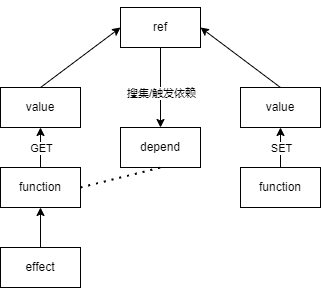
Earlier version of the draw.io export docs/.vuepress/public/images/VUE3SourceCode/reactivity-ref.drawio.png (Roman-29/Blog). Source tidied: cells renumbered, new cells last; positions are measured from the earlier drawing's top-left corner, leaving out a move shared by most shapes.
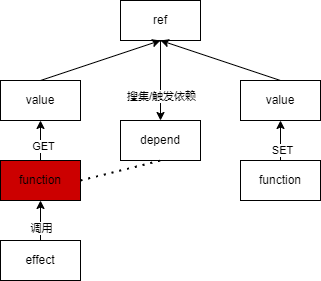
The same file after the commit.

What changed in the source:
```diff
@@ -2,62 +2,59 @@
   <root>
     <mxCell id="0" />
     <mxCell id="1" parent="0" />
-    <mxCell id="2" style="edgeStyle=none;html=1;exitX=0.5;exitY=0;exitDx=0;exitDy=0;entryX=0;entryY=0.5;entryDx=0;entryDy=0;" parent="1" edge="1" source="3" target="18">
-      <mxGeometry relative="1" as="geometry" />
-    </mxCell>
-    <mxCell id="3" value="value" style="rounded=0;whiteSpace=wrap;html=1;" parent="1" vertex="1">
-      <mxGeometry y="80" width="80" height="40" as="geometry" />
-    </mxCell>
-    <mxCell id="4" value="effect" style="rounded=0;whiteSpace=wrap;html=1;" parent="1" vertex="1">
-      <mxGeometry y="240" width="80" height="40" as="geometry" />
-    </mxCell>
-    <mxCell id="5" value="function" style="rounded=0;whiteSpace=wrap;html=1;" parent="1" vertex="1">
-      <mxGeometry y="160" width="80" height="40" as="geometry" />
-    </mxCell>
-    <mxCell id="6" style="endArrow=classic;html=1;entryX=0.5;entryY=1;entryDx=0;entryDy=0;exitX=0.5;exitY=0;exitDx=0;exitDy=0;" parent="1" edge="1" source="4" target="5">
-      <mxGeometry relative="1" as="geometry" />
-    </mxCell>
-    <mxCell id="7" style="endArrow=classic;html=1;entryX=0.5;entryY=1;entryDx=0;entryDy=0;exitX=0.5;exitY=0;exitDx=0;exitDy=0;" parent="1" edge="1" source="5" target="3">
-      <mxGeometry relative="1" as="geometry" />
-    </mxCell>
-    <mxCell id="8" value="GET" style="edgeLabel;html=1;align=center;verticalAlign=middle;" parent="7" vertex="1">
-      <mxGeometry x="-0.25" relative="1" as="geometry">
-        <mxPoint y="-5" as="offset" />
-      </mxGeometry>
-    </mxCell>
-    <mxCell id="9" style="edgeStyle=none;html=1;exitX=0.5;exitY=0;exitDx=0;exitDy=0;entryX=1;entryY=0.5;entryDx=0;entryDy=0;" parent="1" edge="1" source="10" target="18">
-      <mxGeometry relative="1" as="geometry" />
-    </mxCell>
-    <mxCell id="10" value="value" style="rounded=0;whiteSpace=wrap;html=1;" parent="1" vertex="1">
-      <mxGeometry x="240" y="80" width="80" height="40" as="geometry" />
-    </mxCell>
-    <mxCell id="11" style="endArrow=classic;html=1;entryX=0.5;entryY=1;entryDx=0;entryDy=0;exitX=0.5;exitY=0;exitDx=0;exitDy=0;" parent="1" edge="1" source="14" target="10">
-      <mxGeometry relative="1" as="geometry" />
-    </mxCell>
-    <mxCell id="12" value="SET" style="edgeLabel;html=1;align=center;verticalAlign=middle;" parent="11" vertex="1">
-      <mxGeometry x="-0.27" y="-1" relative="1" as="geometry">
-        <mxPoint x="-1" y="-5" as="offset" />
-      </mxGeometry>
-    </mxCell>
-    <mxCell id="13" value="depend" style="rounded=0;whiteSpace=wrap;html=1;" parent="1" vertex="1">
-      <mxGeometry x="120" y="120" width="80" height="40" as="geometry" />
-    </mxCell>
-    <mxCell id="14" value="function" style="rounded=0;whiteSpace=wrap;html=1;" parent="1" vertex="1">
-      <mxGeometry x="240" y="160" width="80" height="40" as="geometry" />
-    </mxCell>
-    <mxCell id="15" style="endArrow=none;dashed=1;html=1;dashPattern=1 3;strokeWidth=2;entryX=0.5;entryY=1;entryDx=0;entryDy=0;exitX=1;exitY=0.5;exitDx=0;exitDy=0;" parent="1" edge="1" source="5" target="13">
-      <mxGeometry relative="1" as="geometry" />
-    </mxCell>
-    <mxCell id="16" style="edgeStyle=none;html=1;exitX=0.5;exitY=0;exitDx=0;exitDy=0;entryX=0.5;entryY=0;entryDx=0;entryDy=0;" parent="1" edge="1" source="18" target="13">
+    <mxCell id="16" style="edgeStyle=none;html=1;" parent="1" edge="1" source="18" target="13">
       <mxGeometry relative="1" as="geometry" />
     </mxCell>
     <mxCell id="17" value="搜集/触发依赖" style="edgeLabel;html=1;align=center;verticalAlign=middle;" parent="16" vertex="1">
-      <mxGeometry x="0.25" y="2" relative="1" as="geometry">
-        <mxPoint x="-2" y="10" as="offset" />
-      </mxGeometry>
+      <mxGeometry x="0.39" relative="1" as="geometry" />
     </mxCell>
     <mxCell id="18" value="ref" style="rounded=0;whiteSpace=wrap;html=1;" parent="1" vertex="1">
       <mxGeometry x="120" width="80" height="40" as="geometry" />
     </mxCell>
+    <mxCell id="19" style="edgeStyle=none;html=1;" parent="1" edge="1" source="4" target="22">
+      <mxGeometry relative="1" as="geometry" />
+    </mxCell>
+    <mxCell id="20" value="调用" style="edgeLabel;html=1;align=center;verticalAlign=middle;" parent="19" vertex="1">
+      <mxGeometry x="-0.36" relative="1" as="geometry" />
+    </mxCell>
+    <mxCell id="4" value="effect" style="rounded=0;whiteSpace=wrap;html=1;" parent="1" vertex="1">
+      <mxGeometry y="240" width="80" height="40" as="geometry" />
+    </mxCell>
+    <mxCell id="21" style="edgeStyle=none;html=1;" parent="1" edge="1" source="22" target="24">
+      <mxGeometry relative="1" as="geometry" />
+    </mxCell>
+    <mxCell id="8" value="GET" style="edgeLabel;html=1;align=center;verticalAlign=middle;" parent="21" vertex="1">
+      <mxGeometry x="-0.25" y="-2" relative="1" as="geometry" />
+    </mxCell>
+    <mxCell id="22" value="function" style="rounded=0;whiteSpace=wrap;html=1;fillColor=#CC0000;" parent="1" vertex="1">
+      <mxGeometry y="160" width="80" height="40" as="geometry" />
+    </mxCell>
+    <mxCell id="23" style="edgeStyle=none;html=1;exitX=0.5;exitY=0;exitDx=0;exitDy=0;entryX=0.5;entryY=1;entryDx=0;entryDy=0;" parent="1" edge="1" source="24" target="18">
+      <mxGeometry relative="1" as="geometry" />
+    </mxCell>
+    <mxCell id="24" value="value" style="rounded=0;whiteSpace=wrap;html=1;" parent="1" vertex="1">
+      <mxGeometry y="80" width="80" height="40" as="geometry" />
+    </mxCell>
+    <mxCell id="25" style="edgeStyle=none;html=1;" parent="1" edge="1" source="26" target="28">
+      <mxGeometry relative="1" as="geometry" />
+    </mxCell>
+    <mxCell id="12" value="SET" style="edgeLabel;html=1;align=center;verticalAlign=middle;" parent="25" vertex="1">
+      <mxGeometry x="-0.47" y="-1" relative="1" as="geometry" />
+    </mxCell>
+    <mxCell id="26" value="function" style="rounded=0;whiteSpace=wrap;html=1;" parent="1" vertex="1">
+      <mxGeometry x="240" y="160" width="80" height="40" as="geometry" />
+    </mxCell>
+    <mxCell id="27" style="edgeStyle=none;html=1;exitX=0.5;exitY=0;exitDx=0;exitDy=0;entryX=0.5;entryY=1;entryDx=0;entryDy=0;" parent="1" edge="1" source="28" target="18">
+      <mxGeometry relative="1" as="geometry" />
+    </mxCell>
+    <mxCell id="28" value="value" style="rounded=0;whiteSpace=wrap;html=1;" parent="1" vertex="1">
+      <mxGeometry x="240" y="80" width="80" height="40" as="geometry" />
+    </mxCell>
+    <mxCell id="13" value="depend" style="rounded=0;whiteSpace=wrap;html=1;" parent="1" vertex="1">
+      <mxGeometry x="120" y="120" width="80" height="40" as="geometry" />
+    </mxCell>
+    <mxCell id="29" style="endArrow=none;dashed=1;html=1;dashPattern=1 3;strokeWidth=2;entryX=0.5;entryY=1;entryDx=0;entryDy=0;exitX=1;exitY=0.5;exitDx=0;exitDy=0;" parent="1" edge="1" source="22" target="13">
+      <mxGeometry relative="1" as="geometry" />
+    </mxCell>
   </root>
 </mxGraphModel>
```
